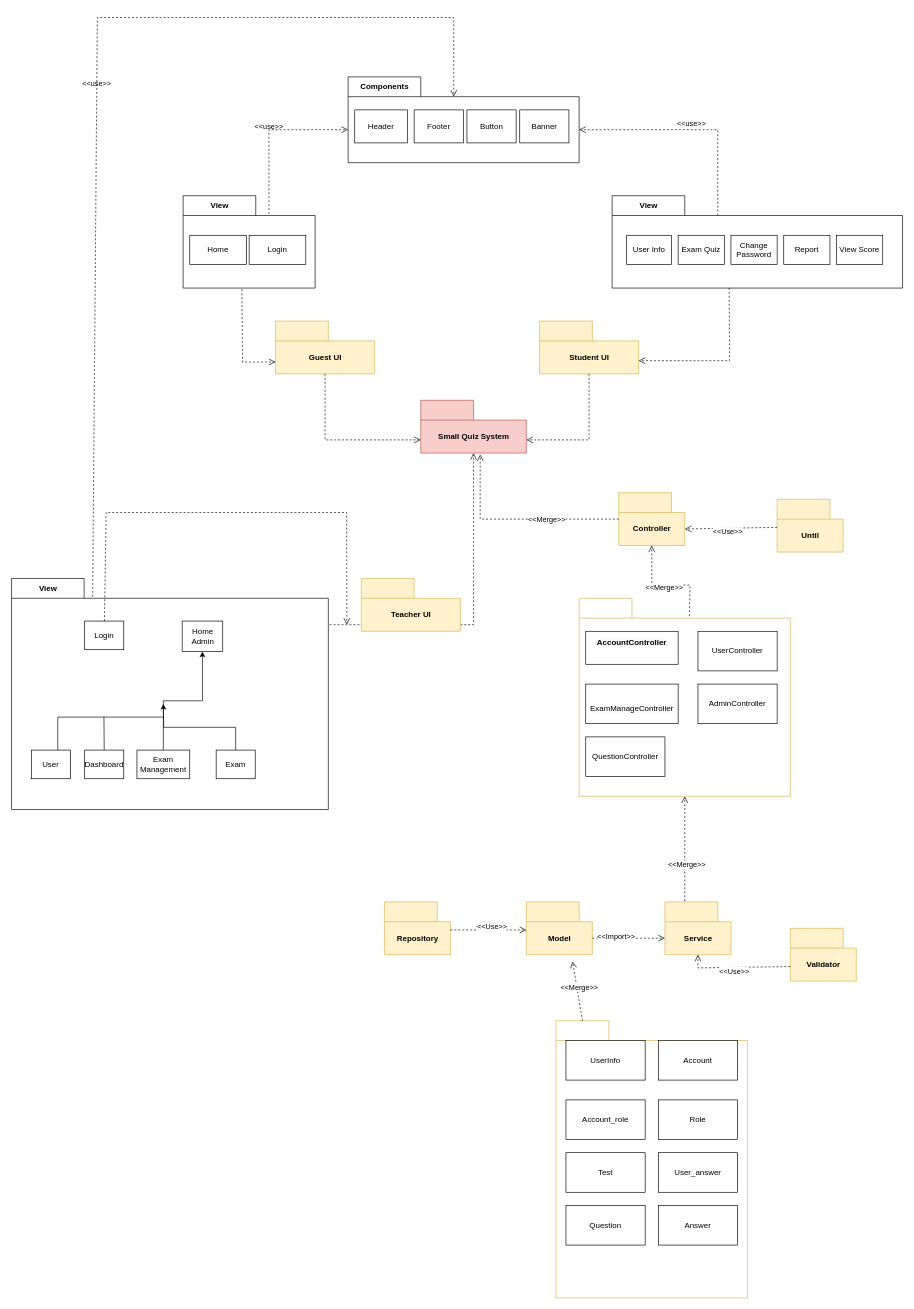
Before: page "Page-1" (1 of 3) of Doc/Untitled Diagram.drawio in SWD392/SmallQuiz, a draw.io diagram. Source tidied: cells renumbered, new cells numbered last; positions are measured from the earlier drawing's top-left corner, leaving out a move shared by most shapes. Both pictures are drawn from the tidied source at 66%, with x=0, y=0 at pixel (11, 17).
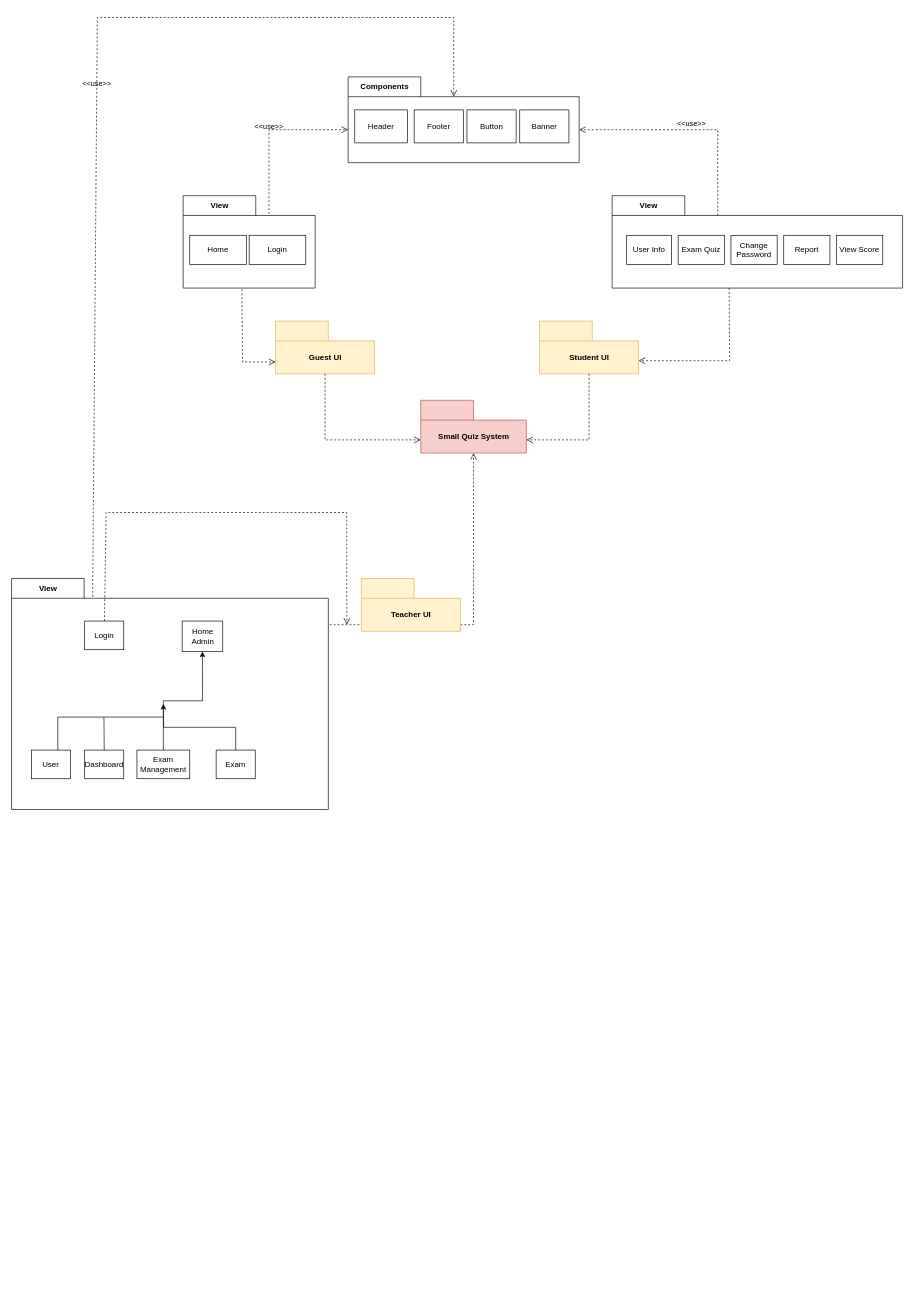
After the change.

Commit message:
Cập nhật Untitled Diagram.drawio

The change refers to these unchanged cells:
```xml
<mxCell id="6" value="Small Quiz System" style="shape=folder;fontStyle=1;tabWidth=80;tabHeight=30;tabPosition=left;html=1;boundedLbl=1;fillColor=#f8cecc;strokeColor=#b85450;" parent="1" vertex="1">
  <mxGeometry x="620" y="580" width="160" height="80" as="geometry" />
</mxCell>
```

What changed in the source:
```diff
@@
-    <mxCell id="33" value="Controller" style="shape=folder;fontStyle=1;tabWidth=80;tabHeight=30;tabPosition=left;html=1;boundedLbl=1;fillColor=#fff2cc;strokeColor=#d6b656;" parent="1" vertex="1">
-      <mxGeometry x="920" y="720" width="100" height="80" as="geometry" />
-    </mxCell>
-    <mxCell id="34" style="endArrow=open;startArrow=none;endFill=0;startFill=0;endSize=8;html=1;verticalAlign=bottom;dashed=1;labelBackgroundColor=none;rounded=0;entryX=0.563;entryY=1.025;entryDx=0;entryDy=0;entryPerimeter=0;" parent="1" edge="1" source="33" target="6">
-      <mxGeometry relative="1" as="geometry">
-        <Array as="points">
-          <mxPoint x="710" y="760" />
-        </Array>
-      </mxGeometry>
-    </mxCell>
-    <mxCell id="35" value="&amp;lt;&amp;lt;Merge&amp;gt;&amp;gt;" style="edgeLabel;html=1;align=center;verticalAlign=middle;" parent="34" vertex="1">
-      <mxGeometry x="0.08" y="4" relative="1" as="geometry">
-        <mxPoint x="56" y="-4" as="offset" />
-      </mxGeometry>
-    </mxCell>
-    <mxCell id="36" style="shape=folder;fontStyle=1;tabWidth=80;tabHeight=30;tabPosition=left;html=1;boundedLbl=1;fillColor=#FFFFFF;strokeColor=#d6b656;" parent="1" vertex="1">
-      <mxGeometry x="860" y="880" width="320" height="300" as="geometry" />
-    </mxCell>
-    <mxCell id="37" style="endArrow=open;startArrow=none;endFill=0;startFill=0;endSize=8;html=1;verticalAlign=bottom;dashed=1;labelBackgroundColor=none;rounded=0;entryX=0.5;entryY=1;entryDx=0;entryDy=0;entryPerimeter=0;exitX=0.522;exitY=0.09;exitDx=0;exitDy=0;exitPerimeter=0;" parent="1" edge="1" source="36" target="33">
-      <mxGeometry relative="1" as="geometry">
-        <Array as="points">
-          <mxPoint x="1028" y="860" />
-          <mxPoint x="970" y="860" />
-        </Array>
-      </mxGeometry>
-    </mxCell>
-    <mxCell id="38" value="&amp;lt;&amp;lt;Merge&amp;gt;&amp;gt;" style="edgeLabel;html=1;align=center;verticalAlign=middle;" parent="37" vertex="1">
-      <mxGeometry x="0.06" y="3" relative="1" as="geometry" />
-    </mxCell>
-    <mxCell id="39" value="Service" style="shape=folder;fontStyle=1;tabWidth=80;tabHeight=30;tabPosition=left;html=1;boundedLbl=1;fillColor=#fff2cc;strokeColor=#d6b656;" parent="1" vertex="1">
-      <mxGeometry x="990" y="1340" width="100" height="80" as="geometry" />
-    </mxCell>
-    <mxCell id="40" value="Model" style="shape=folder;fontStyle=1;tabWidth=80;tabHeight=30;tabPosition=left;html=1;boundedLbl=1;fillColor=#fff2cc;strokeColor=#d6b656;" parent="1" vertex="1">
-      <mxGeometry x="780" y="1340" width="100" height="80" as="geometry" />
-    </mxCell>
-    <mxCell id="41" style="endArrow=open;startArrow=none;endFill=0;startFill=0;endSize=8;html=1;verticalAlign=bottom;dashed=1;labelBackgroundColor=none;rounded=0;exitX=0;exitY=0;exitDx=100;exitDy=55;exitPerimeter=0;entryX=0;entryY=0;entryDx=0;entryDy=55;entryPerimeter=0;" parent="1" edge="1" source="40" target="39">
-      <mxGeometry relative="1" as="geometry" />
-    </mxCell>
-    <mxCell id="42" value="&amp;lt;&amp;lt;Import&amp;gt;&amp;gt;" style="edgeLabel;html=1;align=center;verticalAlign=middle;" parent="41" vertex="1">
-      <mxGeometry x="-0.37" y="3" relative="1" as="geometry" />
-    </mxCell>
-    <mxCell id="43" style="shape=folder;fontStyle=1;tabWidth=80;tabHeight=30;tabPosition=left;html=1;boundedLbl=1;fillColor=#FFFFFF;strokeColor=#d6b656;" parent="1" vertex="1">
-      <mxGeometry x="825" y="1520" width="290" height="420" as="geometry" />
-    </mxCell>
-    <mxCell id="44" style="endArrow=open;startArrow=none;endFill=0;startFill=0;endSize=8;html=1;verticalAlign=bottom;dashed=1;labelBackgroundColor=none;rounded=0;exitX=0;exitY=0;exitDx=40;exitDy=0;exitPerimeter=0;" parent="1" edge="1" source="43">
-      <mxGeometry relative="1" as="geometry">
-        <mxPoint x="850" y="1430" as="targetPoint" />
-      </mxGeometry>
-    </mxCell>
-    <mxCell id="45" value="&amp;lt;&amp;lt;Merge&amp;gt;&amp;gt;" style="edgeLabel;html=1;align=center;verticalAlign=middle;" parent="44" vertex="1">
-      <mxGeometry x="0.12" y="-3" relative="1" as="geometry" />
-    </mxCell>
@@
-    <mxCell id="48" value="&#10;&lt;span style=&quot;color: rgb(0, 0, 0); font-family: Helvetica; font-size: 12px; font-style: normal; font-variant-ligatures: normal; font-variant-caps: normal; font-weight: 700; letter-spacing: normal; orphans: 2; text-align: center; text-indent: 0px; text-transform: none; widows: 2; word-spacing: 0px; -webkit-text-stroke-width: 0px; background-color: rgb(251, 251, 251); text-decoration-thickness: initial; text-decoration-style: initial; text-decoration-color: initial; float: none; display: inline !important;&quot;&gt;AccountController&lt;/span&gt;&#10;&#10;" style="rounded=0;whiteSpace=wrap;html=1;" parent="1" vertex="1">
-      <mxGeometry x="870" y="930" width="140" height="50" as="geometry" />
-    </mxCell>
-    <mxCell id="49" value="&lt;br&gt;&lt;span style=&quot;color: rgb(0, 0, 0); font-family: Helvetica; font-size: 12px; font-style: normal; font-variant-ligatures: normal; font-variant-caps: normal; letter-spacing: normal; orphans: 2; text-align: center; text-indent: 0px; text-transform: none; widows: 2; word-spacing: 0px; -webkit-text-stroke-width: 0px; background-color: rgb(251, 251, 251); text-decoration-thickness: initial; text-decoration-style: initial; text-decoration-color: initial; float: none; display: inline !important;&quot;&gt;ExamManageController&lt;/span&gt;" style="rounded=0;whiteSpace=wrap;html=1;" parent="1" vertex="1">
-      <mxGeometry x="870" y="1010" width="140" height="60" as="geometry" />
-    </mxCell>
-    <mxCell id="50" value="UserController" style="rounded=0;whiteSpace=wrap;html=1;" parent="1" vertex="1">
-      <mxGeometry x="1040" y="930" width="120" height="60" as="geometry" />
-    </mxCell>
-    <mxCell id="51" value="AdminController" style="rounded=0;whiteSpace=wrap;html=1;" parent="1" vertex="1">
-      <mxGeometry x="1040" y="1010" width="120" height="60" as="geometry" />
-    </mxCell>
-    <mxCell id="52" value="QuestionController" style="rounded=0;whiteSpace=wrap;html=1;" parent="1" vertex="1">
-      <mxGeometry x="870" y="1090" width="120" height="60" as="geometry" />
-    </mxCell>
-    <mxCell id="53" value="UserInfo" style="rounded=0;whiteSpace=wrap;html=1;" parent="1" vertex="1">
-      <mxGeometry x="840" y="1550" width="120" height="60" as="geometry" />
-    </mxCell>
-    <mxCell id="54" value="Account" style="rounded=0;whiteSpace=wrap;html=1;" parent="1" vertex="1">
-      <mxGeometry x="980" y="1550" width="120" height="60" as="geometry" />
-    </mxCell>
-    <mxCell id="55" value="Validator" style="shape=folder;fontStyle=1;tabWidth=80;tabHeight=30;tabPosition=left;html=1;boundedLbl=1;fillColor=#fff2cc;strokeColor=#d6b656;" parent="1" vertex="1">
-      <mxGeometry x="1180" y="1380" width="100" height="80" as="geometry" />
-    </mxCell>
-    <mxCell id="56" style="endArrow=open;startArrow=none;endFill=0;startFill=0;endSize=8;html=1;verticalAlign=bottom;dashed=1;labelBackgroundColor=none;rounded=0;entryX=0.5;entryY=1;entryDx=0;entryDy=0;entryPerimeter=0;" parent="1" edge="1" target="39">
-      <mxGeometry relative="1" as="geometry">
-        <mxPoint x="1180" y="1438" as="sourcePoint" />
-        <Array as="points">
-          <mxPoint x="1040" y="1440" />
-        </Array>
-      </mxGeometry>
-    </mxCell>
-    <mxCell id="57" value="&amp;lt;&amp;lt;Use&amp;gt;&amp;gt;" style="edgeLabel;html=1;align=center;verticalAlign=middle;" parent="56" vertex="1">
-      <mxGeometry x="0.08" y="5" relative="1" as="geometry" />
-    </mxCell>
-    <mxCell id="58" value="Account_role" style="rounded=0;whiteSpace=wrap;html=1;" parent="1" vertex="1">
-      <mxGeometry x="840" y="1640" width="120" height="60" as="geometry" />
-    </mxCell>
-    <mxCell id="59" value="Role" style="rounded=0;whiteSpace=wrap;html=1;" parent="1" vertex="1">
-      <mxGeometry x="980" y="1640" width="120" height="60" as="geometry" />
-    </mxCell>
-    <mxCell id="60" value="Test" style="rounded=0;whiteSpace=wrap;html=1;" parent="1" vertex="1">
-      <mxGeometry x="840" y="1720" width="120" height="60" as="geometry" />
-    </mxCell>
-    <mxCell id="61" value="User_answer" style="rounded=0;whiteSpace=wrap;html=1;" parent="1" vertex="1">
-      <mxGeometry x="980" y="1720" width="120" height="60" as="geometry" />
-    </mxCell>
-    <mxCell id="62" value="Question" style="rounded=0;whiteSpace=wrap;html=1;" parent="1" vertex="1">
-      <mxGeometry x="840" y="1800" width="120" height="60" as="geometry" />
-    </mxCell>
-    <mxCell id="63" value="Answer" style="rounded=0;whiteSpace=wrap;html=1;" parent="1" vertex="1">
-      <mxGeometry x="980" y="1800" width="120" height="60" as="geometry" />
-    </mxCell>
-    <mxCell id="64" style="endArrow=open;startArrow=none;endFill=0;startFill=0;endSize=8;html=1;verticalAlign=bottom;dashed=1;labelBackgroundColor=none;rounded=0;exitX=0;exitY=0;exitDx=100;exitDy=55;exitPerimeter=0;entryX=0.5;entryY=1;entryDx=0;entryDy=0;entryPerimeter=0;" parent="1" edge="1" target="36">
-      <mxGeometry relative="1" as="geometry">
-        <mxPoint x="1020" y="1339" as="sourcePoint" />
-      </mxGeometry>
-    </mxCell>
-    <mxCell id="65" value="&amp;lt;&amp;lt;Merge&amp;gt;&amp;gt;" style="edgeLabel;html=1;align=center;verticalAlign=middle;" parent="64" vertex="1">
-      <mxGeometry x="-0.3" y="-2" relative="1" as="geometry" />
-    </mxCell>
@@
-    <mxCell id="76" value="Repository" style="shape=folder;fontStyle=1;tabWidth=80;tabHeight=30;tabPosition=left;html=1;boundedLbl=1;fillColor=#fff2cc;strokeColor=#d6b656;" parent="1" vertex="1">
-      <mxGeometry x="565" y="1340" width="100" height="80" as="geometry" />
-    </mxCell>
-    <mxCell id="77" style="endArrow=open;startArrow=none;endFill=0;startFill=0;endSize=8;html=1;verticalAlign=bottom;dashed=1;labelBackgroundColor=none;rounded=0;exitX=0;exitY=0;exitDx=100;exitDy=42.5;exitPerimeter=0;entryX=0;entryY=0;entryDx=0;entryDy=42.5;entryPerimeter=0;" parent="1" edge="1" source="76" target="40">
-      <mxGeometry relative="1" as="geometry" />
-    </mxCell>
-    <mxCell id="78" value="&amp;lt;&amp;lt;Use&amp;gt;&amp;gt;" style="edgeLabel;html=1;align=center;verticalAlign=middle;" parent="77" vertex="1">
-      <mxGeometry x="0.08" y="5" relative="1" as="geometry" />
-    </mxCell>
-    <mxCell id="79" value="Until" style="shape=folder;fontStyle=1;tabWidth=80;tabHeight=30;tabPosition=left;html=1;boundedLbl=1;fillColor=#fff2cc;strokeColor=#d6b656;" parent="1" vertex="1">
-      <mxGeometry x="1160" y="730" width="100" height="80" as="geometry" />
-    </mxCell>
-    <mxCell id="80" style="endArrow=open;startArrow=none;endFill=0;startFill=0;endSize=8;html=1;verticalAlign=bottom;dashed=1;labelBackgroundColor=none;rounded=0;exitX=0;exitY=0;exitDx=0;exitDy=42.5;exitPerimeter=0;entryX=0;entryY=0;entryDx=100;entryDy=55;entryPerimeter=0;" parent="1" edge="1" source="79" target="33">
-      <mxGeometry relative="1" as="geometry" />
-    </mxCell>
-    <mxCell id="81" value="&amp;lt;&amp;lt;Use&amp;gt;&amp;gt;" style="edgeLabel;html=1;align=center;verticalAlign=middle;" parent="80" vertex="1">
-      <mxGeometry x="0.08" y="5" relative="1" as="geometry" />
-    </mxCell>
```
